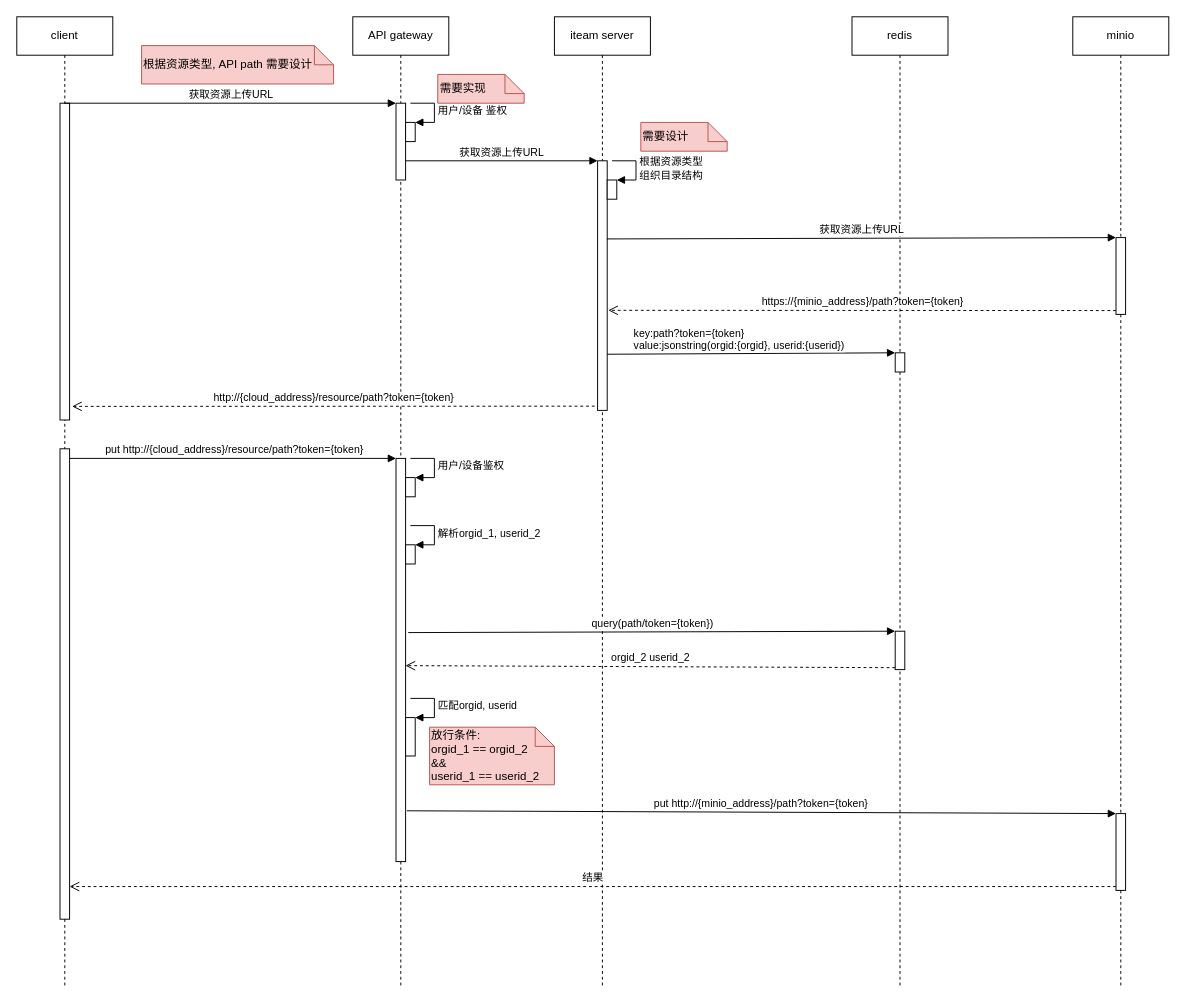
RaymondNi/RTC keeps this draw.io diagram as page "Page-3" (3 of 4) of 集成架构.drawio. Above is the earlier version. Source tidied: cells renumbered, new cells numbered last; positions are measured from the earlier drawing's top-left corner, leaving out a move shared by most shapes. Both pictures are drawn from the tidied source at 96%, with x=0, y=0 at pixel (16, 16).
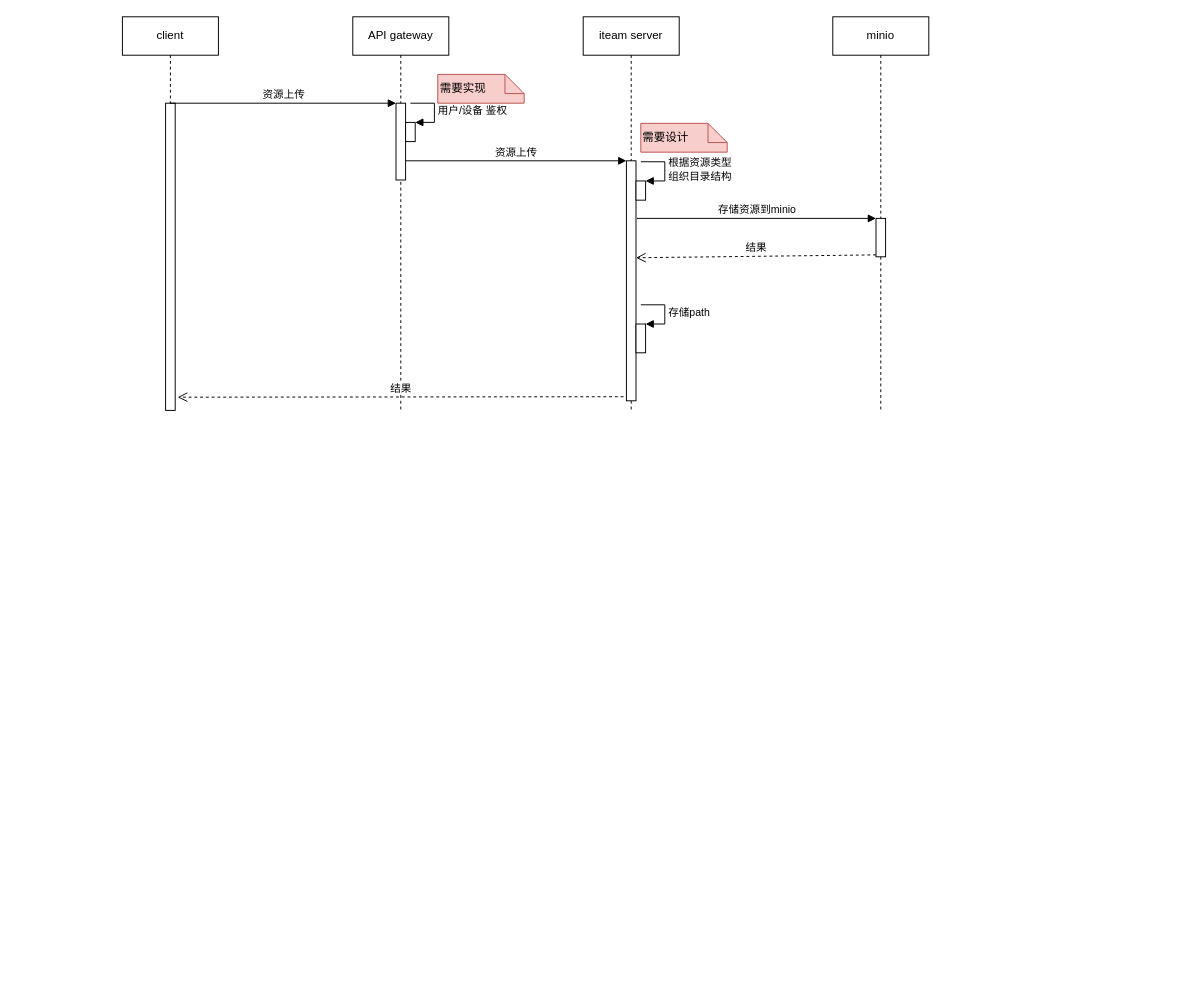
The same diagram, later.

The change refers to these unchanged cells:
```xml
<mxCell id="6" style="html=1;points=[];perimeter=orthogonalPerimeter;" parent="5" vertex="1">
  <mxGeometry x="45" y="90" width="10" height="80" as="geometry" />
</mxCell>
```

Change to the diagram source:
```diff
@@
     <mxCell id="2" value="client" style="shape=umlLifeline;perimeter=lifelinePerimeter;whiteSpace=wrap;html=1;outlineConnect=0;" parent="1" vertex="1">
-      <mxGeometry width="100" height="1010" as="geometry" />
+      <mxGeometry x="110" width="100" height="410" as="geometry" />
     </mxCell>
     <mxCell id="3" style="html=1;points=[];perimeter=orthogonalPerimeter;" parent="2" vertex="1">
-      <mxGeometry x="45" y="90" width="10" height="330" as="geometry" />
+      <mxGeometry x="45" y="90" width="10" height="320" as="geometry" />
     </mxCell>
-    <mxCell id="4" style="html=1;points=[];perimeter=orthogonalPerimeter;" parent="2" vertex="1">
-      <mxGeometry x="45" y="450" width="10" height="490" as="geometry" />
-    </mxCell>
     <mxCell id="5" value="API gateway" style="shape=umlLifeline;perimeter=lifelinePerimeter;whiteSpace=wrap;html=1;" parent="1" vertex="1">
-      <mxGeometry x="350" width="100" height="1010" as="geometry" />
+      <mxGeometry x="350" width="100" height="410" as="geometry" />
     </mxCell>
@@
-    <mxCell id="9" style="html=1;points=[];perimeter=orthogonalPerimeter;" parent="5" vertex="1">
-      <mxGeometry x="45" y="460" width="10" height="420" as="geometry" />
-    </mxCell>
-    <mxCell id="10" style="html=1;points=[];perimeter=orthogonalPerimeter;" parent="5" vertex="1">
-      <mxGeometry x="55" y="480" width="10" height="20" as="geometry" />
-    </mxCell>
-    <mxCell id="11" value="用户/设备鉴权" style="edgeStyle=orthogonalEdgeStyle;html=1;align=left;spacingLeft=2;endArrow=block;rounded=0;entryX=1;entryY=0;" parent="5" edge="1" target="10">
-      <mxGeometry relative="1" as="geometry">
-        <mxPoint x="60" y="460" as="sourcePoint" />
-        <Array as="points">
-          <mxPoint x="85" y="460" />
-        </Array>
-      </mxGeometry>
-    </mxCell>
-    <mxCell id="12" style="html=1;points=[];perimeter=orthogonalPerimeter;" parent="5" vertex="1">
-      <mxGeometry x="55" y="550" width="10" height="20" as="geometry" />
-    </mxCell>
-    <mxCell id="13" value="解析orgid_1, userid_2" style="edgeStyle=orthogonalEdgeStyle;html=1;align=left;spacingLeft=2;endArrow=block;rounded=0;entryX=1;entryY=0;" parent="5" edge="1" target="12">
-      <mxGeometry relative="1" as="geometry">
-        <mxPoint x="60" y="530" as="sourcePoint" />
-        <Array as="points">
-          <mxPoint x="85" y="530" />
-        </Array>
-      </mxGeometry>
-    </mxCell>
-    <mxCell id="14" style="html=1;points=[];perimeter=orthogonalPerimeter;" parent="5" vertex="1">
-      <mxGeometry x="55" y="730" width="10" height="40" as="geometry" />
-    </mxCell>
-    <mxCell id="15" value="匹配orgid, userid" style="edgeStyle=orthogonalEdgeStyle;html=1;align=left;spacingLeft=2;endArrow=block;rounded=0;entryX=1;entryY=0;" parent="5" edge="1" target="14">
-      <mxGeometry relative="1" as="geometry">
-        <mxPoint x="60" y="710" as="sourcePoint" />
-        <Array as="points">
-          <mxPoint x="85" y="710" />
-        </Array>
-      </mxGeometry>
-    </mxCell>
     <mxCell id="16" value="iteam server" style="shape=umlLifeline;perimeter=lifelinePerimeter;whiteSpace=wrap;html=1;" parent="1" vertex="1">
-      <mxGeometry x="560" width="100" height="1010" as="geometry" />
+      <mxGeometry x="590" width="100" height="410" as="geometry" />
     </mxCell>
     <mxCell id="17" style="html=1;points=[];perimeter=orthogonalPerimeter;" parent="16" vertex="1">
-      <mxGeometry x="45" y="150" width="10" height="260" as="geometry" />
+      <mxGeometry x="45" y="150" width="10" height="250" as="geometry" />
     </mxCell>
     <mxCell id="18" style="html=1;points=[];perimeter=orthogonalPerimeter;" parent="16" vertex="1">
-      <mxGeometry x="55" y="170" width="10" height="20" as="geometry" />
+      <mxGeometry x="55" y="171" width="10" height="20" as="geometry" />
     </mxCell>
     <mxCell id="19" value="根据资源类型&lt;br&gt;组织目录结构" style="edgeStyle=orthogonalEdgeStyle;html=1;align=left;spacingLeft=2;endArrow=block;rounded=0;entryX=1;entryY=0;" parent="16" edge="1" target="18">
       <mxGeometry relative="1" as="geometry">
-        <mxPoint x="60" y="150" as="sourcePoint" />
+        <mxPoint x="60" y="151" as="sourcePoint" />
         <Array as="points">
-          <mxPoint x="85" y="150" />
+          <mxPoint x="85" y="151" />
         </Array>
       </mxGeometry>
     </mxCell>
+    <mxCell id="42" style="html=1;points=[];perimeter=orthogonalPerimeter;" parent="16" vertex="1">
+      <mxGeometry x="55" y="320" width="10" height="30" as="geometry" />
+    </mxCell>
+    <mxCell id="43" value="存储path" style="edgeStyle=orthogonalEdgeStyle;html=1;align=left;spacingLeft=2;endArrow=block;rounded=0;entryX=1;entryY=0;" parent="16" edge="1" target="42">
+      <mxGeometry relative="1" as="geometry">
+        <mxPoint x="60" y="300" as="sourcePoint" />
+        <Array as="points">
+          <mxPoint x="85" y="300" />
+        </Array>
+      </mxGeometry>
+    </mxCell>
     <mxCell id="20" value="minio" style="shape=umlLifeline;perimeter=lifelinePerimeter;whiteSpace=wrap;html=1;" parent="1" vertex="1">
-      <mxGeometry x="1100" width="100" height="1010" as="geometry" />
+      <mxGeometry x="850" width="100" height="410" as="geometry" />
     </mxCell>
-    <mxCell id="21" style="html=1;points=[];perimeter=orthogonalPerimeter;" parent="20" vertex="1">
-      <mxGeometry x="45" y="830" width="10" height="80" as="geometry" />
-    </mxCell>
-    <mxCell id="22" style="html=1;points=[];perimeter=orthogonalPerimeter;" parent="20" vertex="1">
-      <mxGeometry x="45" y="230" width="10" height="80" as="geometry" />
-    </mxCell>
+    <mxCell id="44" style="html=1;points=[];perimeter=orthogonalPerimeter;" parent="20" vertex="1">
+      <mxGeometry x="45" y="210" width="10" height="40" as="geometry" />
+    </mxCell>
-    <mxCell id="23" value="获取资源上传URL" style="html=1;verticalAlign=bottom;endArrow=block;entryX=0;entryY=0;" parent="1" edge="1" source="2" target="6">
+    <mxCell id="23" value="资源上传" style="html=1;verticalAlign=bottom;endArrow=block;entryX=0;entryY=0;" parent="1" edge="1" source="2" target="6">
       <mxGeometry relative="1" as="geometry" />
     </mxCell>
@@
-    <mxCell id="25" value="获取资源上传URL" style="html=1;verticalAlign=bottom;endArrow=block;entryX=0;entryY=0;" parent="1" edge="1" source="6" target="17">
+    <mxCell id="25" value="资源上传" style="html=1;verticalAlign=bottom;endArrow=block;entryX=0;entryY=0;" parent="1" edge="1" source="6" target="17">
       <mxGeometry relative="1" as="geometry" />
     </mxCell>
-    <mxCell id="26" value="redis" style="shape=umlLifeline;perimeter=lifelinePerimeter;whiteSpace=wrap;html=1;" parent="1" vertex="1">
-      <mxGeometry x="870" width="100" height="1010" as="geometry" />
-    </mxCell>
-    <mxCell id="27" style="html=1;points=[];perimeter=orthogonalPerimeter;" parent="26" vertex="1">
-      <mxGeometry x="45" y="350" width="10" height="20" as="geometry" />
-    </mxCell>
-    <mxCell id="28" style="html=1;points=[];perimeter=orthogonalPerimeter;" parent="26" vertex="1">
-      <mxGeometry x="45" y="640" width="10" height="40" as="geometry" />
-    </mxCell>
-    <mxCell id="29" value="&lt;div style=&quot;text-align: left&quot;&gt;http://{cloud_address}/resource/path?token={token}&lt;/div&gt;" style="html=1;verticalAlign=bottom;endArrow=open;dashed=1;endSize=8;exitX=-0.3;exitY=0.983;exitDx=0;exitDy=0;exitPerimeter=0;entryX=1.257;entryY=0.957;entryDx=0;entryDy=0;entryPerimeter=0;" parent="1" edge="1" source="17" target="3">
+    <mxCell id="29" value="&lt;div style=&quot;text-align: left&quot;&gt;结果&lt;/div&gt;" style="html=1;verticalAlign=bottom;endArrow=open;dashed=1;endSize=8;exitX=-0.3;exitY=0.983;exitDx=0;exitDy=0;exitPerimeter=0;entryX=1.257;entryY=0.957;entryDx=0;entryDy=0;entryPerimeter=0;" parent="1" edge="1" source="17" target="3">
       <mxGeometry relative="1" as="geometry" />
     </mxCell>
-    <mxCell id="30" value="&lt;span style=&quot;text-align: left&quot;&gt;&amp;nbsp;put http://{cloud_address}/resource/path?token={token}&lt;/span&gt;" style="html=1;verticalAlign=bottom;endArrow=block;entryX=0;entryY=0;" parent="1" edge="1" source="4" target="9">
-      <mxGeometry relative="1" as="geometry" />
-    </mxCell>
-    <mxCell id="31" value="put http://{minio_address}/path?token={token}" style="html=1;verticalAlign=bottom;endArrow=block;entryX=0;entryY=0;exitX=1.129;exitY=0.874;exitDx=0;exitDy=0;exitPerimeter=0;" parent="1" edge="1" source="9" target="21">
-      <mxGeometry relative="1" as="geometry" />
-    </mxCell>
+    <mxCell id="36" value="需要设计" style="shape=note;size=20;whiteSpace=wrap;html=1;fillColor=#f8cecc;strokeColor=#b85450;align=left;" parent="1" vertex="1">
+      <mxGeometry x="650" y="111" width="90" height="30" as="geometry" />
+    </mxCell>
+    <mxCell id="41" style="edgeStyle=orthogonalEdgeStyle;rounded=0;orthogonalLoop=1;jettySize=auto;html=1;exitX=0.5;exitY=1;exitDx=0;exitDy=0;exitPerimeter=0;" parent="1" edge="1">
+      <mxGeometry relative="1" as="geometry">
+        <mxPoint x="230" y="70" as="sourcePoint" />
+        <mxPoint x="230" y="70" as="targetPoint" />
+      </mxGeometry>
+    </mxCell>
+    <mxCell id="45" value="存储资源到minio" style="html=1;verticalAlign=bottom;endArrow=block;entryX=0;entryY=0;exitX=1.1;exitY=0.24;exitDx=0;exitDy=0;exitPerimeter=0;" parent="1" edge="1" source="17" target="44">
+      <mxGeometry relative="1" as="geometry" />
+    </mxCell>
-    <mxCell id="32" value="结果" style="html=1;verticalAlign=bottom;endArrow=open;dashed=1;endSize=8;exitX=0;exitY=0.95;" parent="1" edge="1" source="21" target="4">
+    <mxCell id="32" value="结果" style="html=1;verticalAlign=bottom;endArrow=open;dashed=1;endSize=8;exitX=0;exitY=0.95;entryX=1;entryY=0.404;entryDx=0;entryDy=0;entryPerimeter=0;" parent="1" edge="1" source="44" target="17">
       <mxGeometry relative="1" as="geometry" />
     </mxCell>
-    <mxCell id="33" value="获取资源上传URL" style="html=1;verticalAlign=bottom;endArrow=block;entryX=0;entryY=0;exitX=0.971;exitY=0.313;exitDx=0;exitDy=0;exitPerimeter=0;" parent="1" edge="1" source="17" target="22">
-      <mxGeometry relative="1" as="geometry" />
-    </mxCell>
-    <mxCell id="34" value="https://{minio_address}/path?token={token}" style="html=1;verticalAlign=bottom;endArrow=open;dashed=1;endSize=8;exitX=0;exitY=0.95;entryX=1.114;entryY=0.599;entryDx=0;entryDy=0;entryPerimeter=0;" parent="1" edge="1" source="22" target="17">
-      <mxGeometry relative="1" as="geometry" />
-    </mxCell>
-    <mxCell id="35" value="key:path?token={token}&lt;br&gt;value:jsonstring(orgid:{orgid}, userid:{userid})" style="html=1;verticalAlign=bottom;endArrow=block;entryX=0;entryY=0;exitX=0.986;exitY=0.775;exitDx=0;exitDy=0;exitPerimeter=0;align=left;" parent="1" edge="1" source="17" target="27">
-      <mxGeometry x="-0.83" y="-1" relative="1" as="geometry" />
-    </mxCell>
-    <mxCell id="36" value="需要设计" style="shape=note;size=20;whiteSpace=wrap;html=1;fillColor=#f8cecc;strokeColor=#b85450;align=left;" parent="1" vertex="1">
-      <mxGeometry x="650" y="110" width="90" height="30" as="geometry" />
-    </mxCell>
-    <mxCell id="37" value="query(path/token={token})" style="html=1;verticalAlign=bottom;endArrow=block;entryX=0;entryY=0;exitX=1.271;exitY=0.432;exitDx=0;exitDy=0;exitPerimeter=0;" parent="1" edge="1" source="9" target="28">
-      <mxGeometry relative="1" as="geometry" />
-    </mxCell>
-    <mxCell id="38" value="orgid_2 userid_2" style="html=1;verticalAlign=bottom;endArrow=open;dashed=1;endSize=8;exitX=0;exitY=0.95;entryX=0.986;entryY=0.514;entryDx=0;entryDy=0;entryPerimeter=0;" parent="1" edge="1" source="28" target="9">
-      <mxGeometry relative="1" as="geometry" />
-    </mxCell>
-    <mxCell id="39" value="放行条件:&lt;br&gt;orgid_1 == orgid_2&amp;nbsp;&lt;br&gt;&amp;amp;&amp;amp;&lt;br&gt;userid_1 == userid_2" style="shape=note;size=20;whiteSpace=wrap;html=1;fillColor=#f8cecc;strokeColor=#b85450;align=left;" parent="1" vertex="1">
-      <mxGeometry x="430" y="740" width="130" height="60" as="geometry" />
-    </mxCell>
-    <mxCell id="40" value="根据资源类型, API path 需要设计" style="shape=note;size=20;whiteSpace=wrap;html=1;fillColor=#f8cecc;strokeColor=#b85450;align=left;" parent="1" vertex="1">
-      <mxGeometry x="130" y="30" width="200" height="40" as="geometry" />
-    </mxCell>
-    <mxCell id="41" style="edgeStyle=orthogonalEdgeStyle;rounded=0;orthogonalLoop=1;jettySize=auto;html=1;exitX=0.5;exitY=1;exitDx=0;exitDy=0;exitPerimeter=0;" parent="1" edge="1" source="40" target="40">
-      <mxGeometry relative="1" as="geometry" />
-    </mxCell>
```
